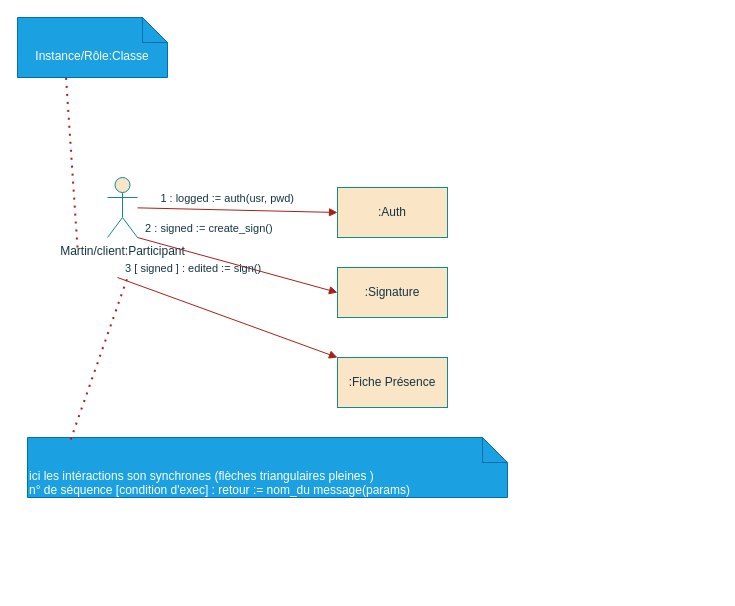
Before: diagrams/logic_collaboration.drawio in lamamram/251022-archi-logicielle, a draw.io diagram. Source tidied: cells renumbered, new cells numbered last; positions are measured from the earlier drawing's top-left corner, leaving out a move shared by most shapes. Both pictures are drawn from the tidied source at 100%, with x=0, y=0 at pixel (17, 17).
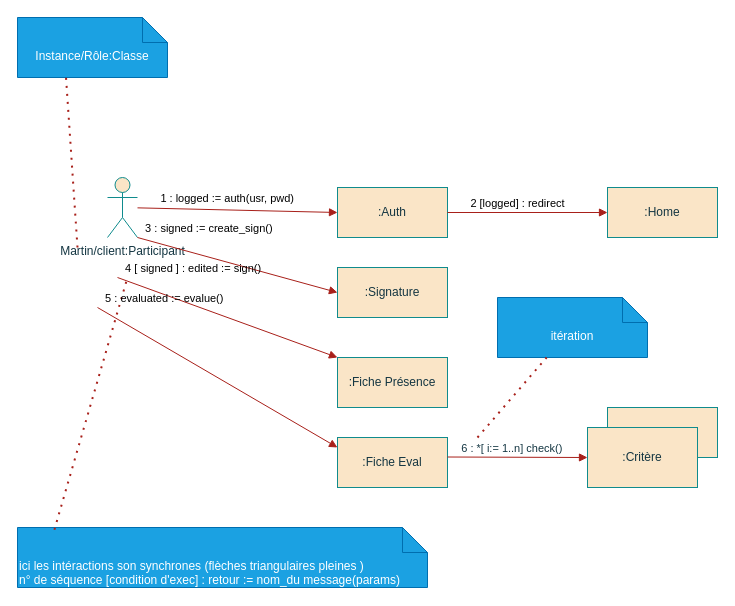
Above is the later version.

What changed in the source:
```diff
@@
-    <mxCell id="2" value="Martin/client:Participant" style="shape=umlActor;verticalLabelPosition=bottom;verticalAlign=top;html=1;strokeColor=#0F8B8D;fontColor=#143642;fillColor=#FAE5C7;" parent="1" vertex="1">
+    <mxCell id="2" value="Martin/client:Participant" style="shape=umlActor;verticalLabelPosition=bottom;verticalAlign=top;html=1;strokeColor=#0F8B8D;fontColor=#143642;fillColor=#FAE5C7;labelBackgroundColor=none;" parent="1" vertex="1">
       <mxGeometry x="90" y="160" width="30" height="60" as="geometry" />
     </mxCell>
-    <mxCell id="3" value="Instance/Rôle:Classe" style="shape=note2;boundedLbl=1;whiteSpace=wrap;html=1;size=25;verticalAlign=top;align=center;strokeColor=#006EAF;fontColor=#ffffff;fillColor=#1ba1e2;" parent="1" vertex="1">
+    <mxCell id="3" value="Instance/Rôle:Classe" style="shape=note2;boundedLbl=1;whiteSpace=wrap;html=1;size=25;verticalAlign=top;align=center;strokeColor=#006EAF;fontColor=#ffffff;fillColor=#1ba1e2;labelBackgroundColor=none;" parent="1" vertex="1">
       <mxGeometry width="150" height="60" as="geometry" />
     </mxCell>
-    <mxCell id="4" style="endArrow=none;dashed=1;html=1;dashPattern=1 3;strokeWidth=2;rounded=0;strokeColor=#A8201A;fontColor=#143642;fillColor=#FAE5C7;entryX=0.323;entryY=0.981;entryDx=0;entryDy=0;entryPerimeter=0;" parent="1" edge="1" target="3">
+    <mxCell id="4" style="endArrow=none;dashed=1;html=1;dashPattern=1 3;strokeWidth=2;rounded=0;strokeColor=#A8201A;fontColor=default;fillColor=#FAE5C7;entryX=0.323;entryY=0.981;entryDx=0;entryDy=0;entryPerimeter=0;labelBackgroundColor=none;" parent="1" edge="1" target="3">
       <mxGeometry relative="1" as="geometry">
         <mxPoint x="60" y="230" as="sourcePoint" />
       </mxGeometry>
     </mxCell>
-    <mxCell id="5" value=":Auth" style="html=1;whiteSpace=wrap;strokeColor=#0F8B8D;fontColor=#143642;fillColor=#FAE5C7;" parent="1" vertex="1">
+    <mxCell id="5" value=":Auth" style="html=1;whiteSpace=wrap;strokeColor=#0F8B8D;fontColor=#143642;fillColor=#FAE5C7;labelBackgroundColor=none;" parent="1" vertex="1">
       <mxGeometry x="320" y="170" width="110" height="50" as="geometry" />
     </mxCell>
-    <mxCell id="6" value="&amp;nbsp; &amp;nbsp; &amp;nbsp; &amp;nbsp;1 : logged := auth(usr, pwd)" style="html=1;verticalAlign=bottom;labelBackgroundColor=none;endArrow=block;endFill=1;endSize=6;align=left;rounded=0;strokeColor=#A8201A;fontColor=#143642;fillColor=#FAE5C7;entryX=0;entryY=0.5;entryDx=0;entryDy=0;" parent="1" edge="1" source="2" target="5">
+    <mxCell id="6" value="&amp;nbsp; &amp;nbsp; &amp;nbsp; &amp;nbsp;1 : logged := auth(usr, pwd)" style="html=1;verticalAlign=bottom;labelBackgroundColor=none;endArrow=block;endFill=1;endSize=6;align=left;rounded=0;strokeColor=#A8201A;fontColor=default;fillColor=#FAE5C7;entryX=0;entryY=0.5;entryDx=0;entryDy=0;" parent="1" edge="1" source="2" target="5">
       <mxGeometry x="-1" relative="1" as="geometry" />
     </mxCell>
-    <mxCell id="7" value=":Signature" style="html=1;whiteSpace=wrap;strokeColor=#0F8B8D;fontColor=#143642;fillColor=#FAE5C7;" parent="1" vertex="1">
+    <mxCell id="7" value=":Signature" style="html=1;whiteSpace=wrap;strokeColor=#0F8B8D;fontColor=#143642;fillColor=#FAE5C7;labelBackgroundColor=none;" parent="1" vertex="1">
       <mxGeometry x="320" y="250" width="110" height="50" as="geometry" />
     </mxCell>
-    <mxCell id="8" value="&amp;nbsp; 2 : signed := create_sign()" style="html=1;verticalAlign=bottom;labelBackgroundColor=none;endArrow=block;endFill=1;endSize=6;align=left;rounded=0;strokeColor=#A8201A;fontColor=#143642;fillColor=#FAE5C7;exitX=1;exitY=1;exitDx=0;exitDy=0;exitPerimeter=0;entryX=0;entryY=0.5;entryDx=0;entryDy=0;" parent="1" edge="1" source="2" target="7">
+    <mxCell id="8" value="&amp;nbsp; 3 : signed := create_sign()" style="html=1;verticalAlign=bottom;labelBackgroundColor=none;endArrow=block;endFill=1;endSize=6;align=left;rounded=0;strokeColor=#A8201A;fontColor=default;fillColor=#FAE5C7;exitX=1;exitY=1;exitDx=0;exitDy=0;exitPerimeter=0;entryX=0;entryY=0.5;entryDx=0;entryDy=0;" parent="1" edge="1" source="2" target="7">
       <mxGeometry x="-1" relative="1" as="geometry" />
     </mxCell>
-    <mxCell id="9" value=":Fiche Présence" style="html=1;whiteSpace=wrap;strokeColor=#0F8B8D;fontColor=#143642;fillColor=#FAE5C7;" parent="1" vertex="1">
+    <mxCell id="9" value=":Fiche Présence" style="html=1;whiteSpace=wrap;strokeColor=#0F8B8D;fontColor=#143642;fillColor=#FAE5C7;labelBackgroundColor=none;" parent="1" vertex="1">
       <mxGeometry x="320" y="340" width="110" height="50" as="geometry" />
     </mxCell>
-    <mxCell id="10" value="&amp;nbsp; 3 [ signed ] : edited := sign()" style="html=1;verticalAlign=bottom;labelBackgroundColor=none;endArrow=block;endFill=1;endSize=6;align=left;rounded=0;strokeColor=#A8201A;fontColor=#143642;fillColor=#FAE5C7;entryX=0;entryY=0;entryDx=0;entryDy=0;" parent="1" edge="1" target="9">
+    <mxCell id="10" value="&amp;nbsp; 4 [ signed ] : edited := sign()" style="html=1;verticalAlign=bottom;labelBackgroundColor=none;endArrow=block;endFill=1;endSize=6;align=left;rounded=0;strokeColor=#A8201A;fontColor=default;fillColor=#FAE5C7;entryX=0;entryY=0;entryDx=0;entryDy=0;" parent="1" edge="1" target="9">
       <mxGeometry x="-1" relative="1" as="geometry">
         <mxPoint x="100" y="260" as="sourcePoint" />
       </mxGeometry>
     </mxCell>
-    <mxCell id="11" value="&lt;div&gt;ici les intéractions son synchrones (flèches triangulaires pleines )&lt;/div&gt;&lt;div&gt;n° de séquence [condition d'exec] : retour := nom_du message(params)&lt;/div&gt;" style="shape=note2;boundedLbl=1;whiteSpace=wrap;html=1;size=25;verticalAlign=top;align=left;strokeColor=#006EAF;fontColor=#ffffff;fillColor=#1ba1e2;" parent="1" vertex="1">
-      <mxGeometry x="10" y="420" width="480" height="60" as="geometry" />
+    <mxCell id="11" value="&lt;div&gt;ici les intéractions son synchrones (flèches triangulaires pleines )&lt;/div&gt;&lt;div&gt;n° de séquence [condition d'exec] : retour := nom_du message(params)&lt;/div&gt;" style="shape=note2;boundedLbl=1;whiteSpace=wrap;html=1;size=25;verticalAlign=top;align=left;strokeColor=#006EAF;fontColor=#ffffff;fillColor=#1ba1e2;labelBackgroundColor=none;" parent="1" vertex="1">
+      <mxGeometry y="510" width="410" height="60" as="geometry" />
     </mxCell>
-    <mxCell id="12" style="endArrow=none;dashed=1;html=1;dashPattern=1 3;strokeWidth=2;rounded=0;strokeColor=#A8201A;fontColor=#143642;fillColor=#FAE5C7;exitX=0.09;exitY=0.036;exitDx=0;exitDy=0;exitPerimeter=0;" parent="1" edge="1" source="11">
+    <mxCell id="12" style="endArrow=none;dashed=1;html=1;dashPattern=1 3;strokeWidth=2;rounded=0;strokeColor=#A8201A;fontColor=default;fillColor=#FAE5C7;exitX=0.09;exitY=0.036;exitDx=0;exitDy=0;exitPerimeter=0;labelBackgroundColor=none;" parent="1" edge="1" source="11">
       <mxGeometry relative="1" as="geometry">
         <mxPoint x="110" y="260" as="targetPoint" />
       </mxGeometry>
     </mxCell>
+    <mxCell id="13" value=":Home" style="html=1;whiteSpace=wrap;strokeColor=#0F8B8D;fontColor=#143642;fillColor=#FAE5C7;labelBackgroundColor=none;" parent="1" vertex="1">
+      <mxGeometry x="590" y="170" width="110" height="50" as="geometry" />
+    </mxCell>
+    <mxCell id="14" value="&amp;nbsp; &amp;nbsp; &amp;nbsp; &amp;nbsp;2 [logged] : redirect" style="html=1;verticalAlign=bottom;labelBackgroundColor=none;endArrow=block;endFill=1;endSize=6;align=left;rounded=0;strokeColor=#A8201A;fontColor=default;fillColor=#FAE5C7;entryX=0;entryY=0.5;entryDx=0;entryDy=0;exitX=1;exitY=0.5;exitDx=0;exitDy=0;" parent="1" edge="1" source="5" target="13">
+      <mxGeometry x="-1" relative="1" as="geometry" />
+    </mxCell>
+    <mxCell id="15" value=":Fiche Eval" style="html=1;whiteSpace=wrap;strokeColor=#0F8B8D;fontColor=#143642;fillColor=#FAE5C7;labelBackgroundColor=none;" parent="1" vertex="1">
+      <mxGeometry x="320" y="420" width="110" height="50" as="geometry" />
+    </mxCell>
+    <mxCell id="16" value="&amp;nbsp; 5 : evaluated := evalue()" style="html=1;verticalAlign=bottom;labelBackgroundColor=none;endArrow=block;endFill=1;endSize=6;align=left;rounded=0;strokeColor=#A8201A;fontColor=default;fillColor=#FAE5C7;entryX=0;entryY=0;entryDx=0;entryDy=0;" parent="1" edge="1">
+      <mxGeometry x="-1" relative="1" as="geometry">
+        <mxPoint x="80" y="290" as="sourcePoint" />
+        <mxPoint x="320" y="430" as="targetPoint" />
+      </mxGeometry>
+    </mxCell>
+    <mxCell id="17" style="html=1;whiteSpace=wrap;labelBackgroundColor=none;fillColor=#FAE5C7;strokeColor=#0F8B8D;fontColor=#143642;" parent="1" vertex="1">
+      <mxGeometry x="590" y="390" width="110" height="50" as="geometry" />
+    </mxCell>
+    <mxCell id="18" value=":Critère" style="html=1;whiteSpace=wrap;labelBackgroundColor=none;fillColor=#FAE5C7;strokeColor=#0F8B8D;fontColor=#143642;" parent="1" vertex="1">
+      <mxGeometry x="570" y="410" width="110" height="60" as="geometry" />
+    </mxCell>
+    <mxCell id="19" value="&amp;nbsp; &amp;nbsp; 6 : *[ i:= 1..n] check()" style="html=1;verticalAlign=bottom;labelBackgroundColor=none;endArrow=block;endFill=1;endSize=6;align=left;rounded=0;strokeColor=#A8201A;fontColor=#143642;fillColor=#FAE5C7;entryX=0;entryY=0.5;entryDx=0;entryDy=0;" parent="1" edge="1" target="18">
+      <mxGeometry x="-1" relative="1" as="geometry">
+        <mxPoint x="430" y="439.5" as="sourcePoint" />
+      </mxGeometry>
+    </mxCell>
+    <mxCell id="20" value="itération" style="shape=note2;boundedLbl=1;whiteSpace=wrap;html=1;size=25;verticalAlign=top;align=center;strokeColor=#006EAF;fontColor=#ffffff;fillColor=#1ba1e2;labelBackgroundColor=none;" parent="1" vertex="1">
+      <mxGeometry x="480" y="280" width="150" height="60" as="geometry" />
+    </mxCell>
+    <mxCell id="21" style="endArrow=none;dashed=1;html=1;dashPattern=1 3;strokeWidth=2;rounded=0;strokeColor=#A8201A;fontColor=#143642;fillColor=#FAE5C7;" parent="1" edge="1" target="20">
+      <mxGeometry relative="1" as="geometry">
+        <mxPoint x="460" y="420" as="sourcePoint" />
+      </mxGeometry>
+    </mxCell>
```
